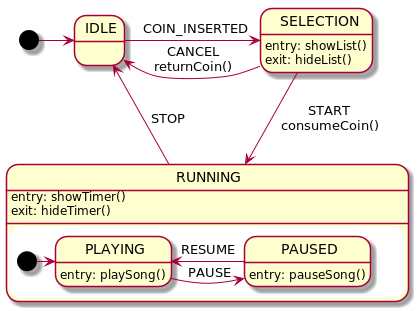
Above: fsm.png in stateless4j/stateless4j-sample (PlantUML), before the change. The source it was exported from:
```plantuml
@startuml
[*] -> IDLE
IDLE -> SELECTION: COIN_INSERTED
SELECTION : entry: showList()\nexit: hideList()
SELECTION -> IDLE: CANCEL\nreturnCoin()
SELECTION -d-> RUNNING: START\nconsumeCoin()
state RUNNING {
     [*] -> PLAYING
     PLAYING -> PAUSED: PAUSE
     PAUSED -> PLAYING: RESUME
     PLAYING : entry: playSong()
     PAUSED : entry: pauseSong()
}
RUNNING : entry: showTimer()\nexit: hideTimer()
RUNNING -> IDLE: STOP
@enduml
```
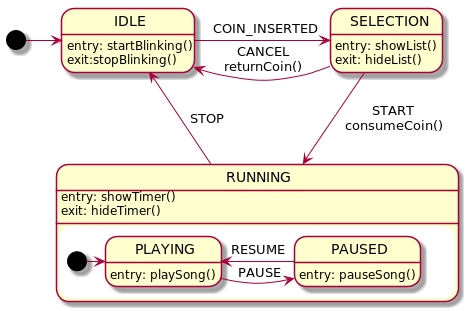
After the commit.

Diff of the diagram source:
```diff
@@ -1,4 +1,5 @@
 @startuml
+IDLE: entry: startBlinking()\nexit:stopBlinking()
 [*] -> IDLE
 IDLE -> SELECTION: COIN_INSERTED
 SELECTION : entry: showList()\nexit: hideList()
```
